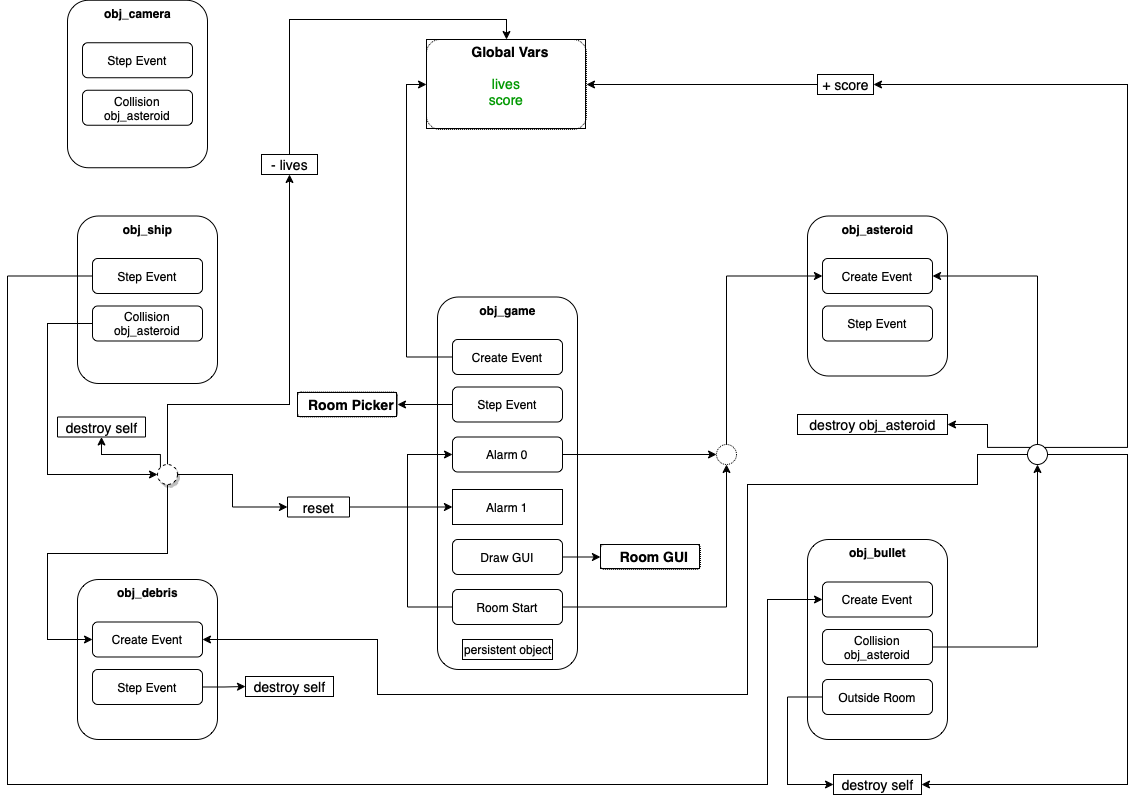
Above: var/SpaceRocksGMLBasicGame.png in b1tc/SpaceRocksGML (draw.io), before the change. Source tidied: cells renumbered, new cells last; positions are measured from the earlier drawing's top-left corner, leaving out a move shared by most shapes.
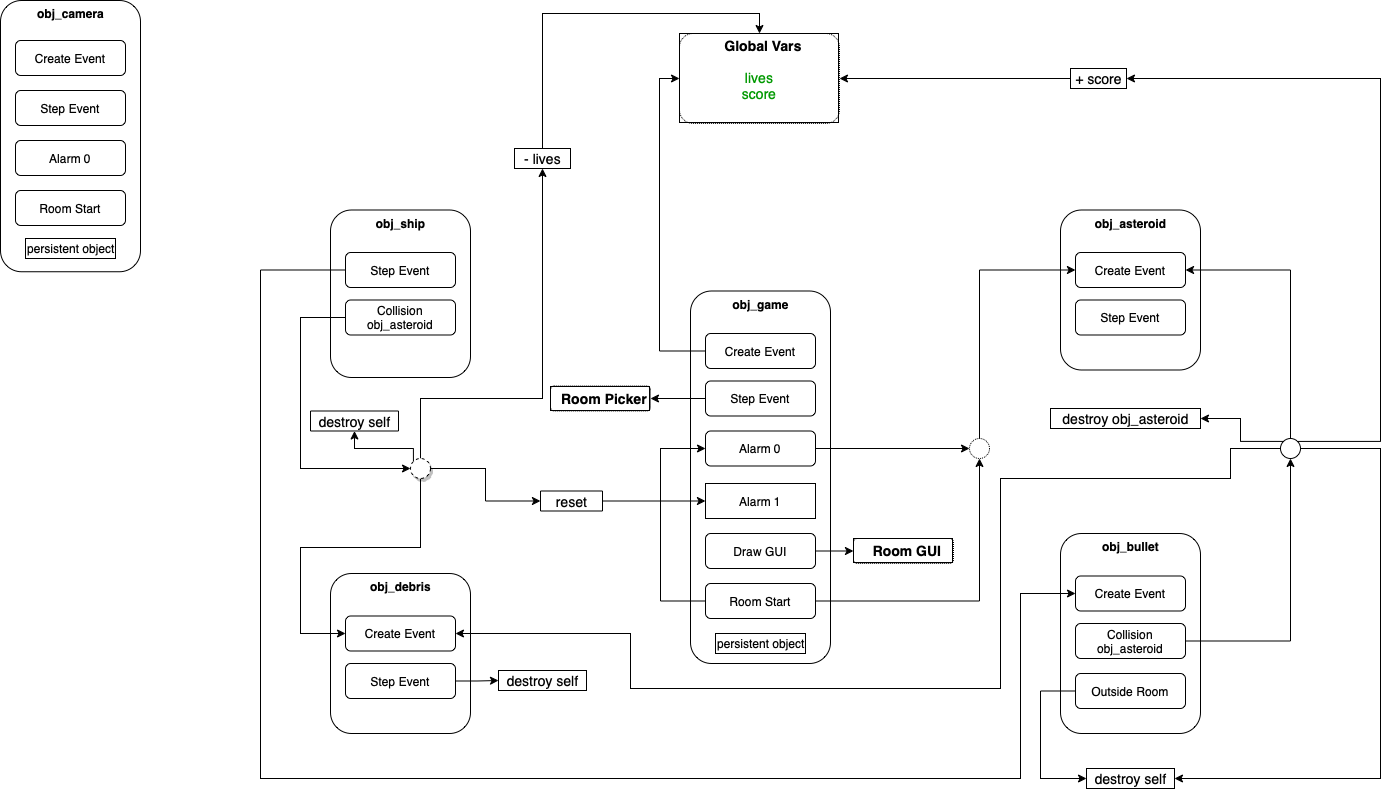
The same diagram one commit later.

The edit, as a diff of the source:
```diff
@@ -240,13 +240,13 @@
       <mxGeometry x="150" y="464" width="20" height="20" as="geometry" />
     </mxCell>
     <mxCell id="62" value="&lt;b&gt;obj_camera&lt;/b&gt;" style="html=1;strokeWidth=1;rounded=1;glass=0;shadow=0;sketch=0;verticalAlign=top;" parent="1" vertex="1">
-      <mxGeometry x="60" y="-0.2" width="140" height="167.5" as="geometry" />
+      <mxGeometry x="-260" y="6" width="140" height="271.2" as="geometry" />
     </mxCell>
-    <mxCell id="63" value="Step Event" style="text;fillColor=none;align=center;verticalAlign=middle;spacingLeft=4;spacingRight=4;overflow=hidden;rounded=1;shadow=0;glass=0;sketch=0;strokeColor=black;" parent="1" vertex="1">
-      <mxGeometry x="75" y="42.2" width="110" height="35" as="geometry" />
+    <mxCell id="63" value="Create Event" style="text;fillColor=none;align=center;verticalAlign=middle;spacingLeft=4;spacingRight=4;overflow=hidden;rounded=1;shadow=0;glass=0;sketch=0;strokeColor=black;" parent="1" vertex="1">
+      <mxGeometry x="-245" y="46" width="110" height="35" as="geometry" />
     </mxCell>
-    <mxCell id="64" value="Collision &#10;obj_asteroid" style="text;fillColor=none;align=center;verticalAlign=middle;spacingLeft=4;spacingRight=4;overflow=hidden;rounded=1;shadow=0;glass=0;sketch=0;strokeColor=black;" parent="1" vertex="1">
-      <mxGeometry x="75" y="89.8" width="110" height="35" as="geometry" />
+    <mxCell id="64" value="Step Event" style="text;fillColor=none;align=center;verticalAlign=middle;spacingLeft=4;spacingRight=4;overflow=hidden;rounded=1;shadow=0;glass=0;sketch=0;strokeColor=black;" parent="1" vertex="1">
+      <mxGeometry x="-245" y="96" width="110" height="35" as="geometry" />
     </mxCell>
     <mxCell id="65" style="edgeStyle=orthogonalEdgeStyle;rounded=0;orthogonalLoop=1;jettySize=auto;html=1;exitX=0.5;exitY=1;exitDx=0;exitDy=0;" parent="1" edge="1" source="62" target="62">
       <mxGeometry relative="1" as="geometry" />
@@ -254,5 +254,14 @@
     <mxCell id="66" style="edgeStyle=orthogonalEdgeStyle;rounded=0;orthogonalLoop=1;jettySize=auto;html=1;exitX=0.5;exitY=1;exitDx=0;exitDy=0;" parent="1" edge="1" source="62" target="62">
       <mxGeometry relative="1" as="geometry" />
     </mxCell>
+    <mxCell id="67" value="&lt;span style=&quot;text-align: center&quot;&gt;persistent object&lt;/span&gt;" style="shape=partialRectangle;html=1;top=1;align=left;perimeterSpacing=0;strokeWidth=1;shadow=0;" parent="1" vertex="1">
+      <mxGeometry x="-235" y="244" width="90" height="20" as="geometry" />
+    </mxCell>
+    <mxCell id="68" value="Alarm 0" style="text;fillColor=none;align=center;verticalAlign=middle;spacingLeft=4;spacingRight=4;overflow=hidden;rounded=1;shadow=0;glass=0;sketch=0;strokeColor=black;" parent="1" vertex="1">
+      <mxGeometry x="-245" y="146" width="110" height="35" as="geometry" />
+    </mxCell>
+    <mxCell id="69" value="Room Start" style="text;fillColor=none;align=center;verticalAlign=middle;spacingLeft=4;spacingRight=4;overflow=hidden;rounded=1;shadow=0;glass=0;sketch=0;strokeColor=black;" parent="1" vertex="1">
+      <mxGeometry x="-245" y="196" width="110" height="35" as="geometry" />
+    </mxCell>
   </root>
 </mxGraphModel>
```
